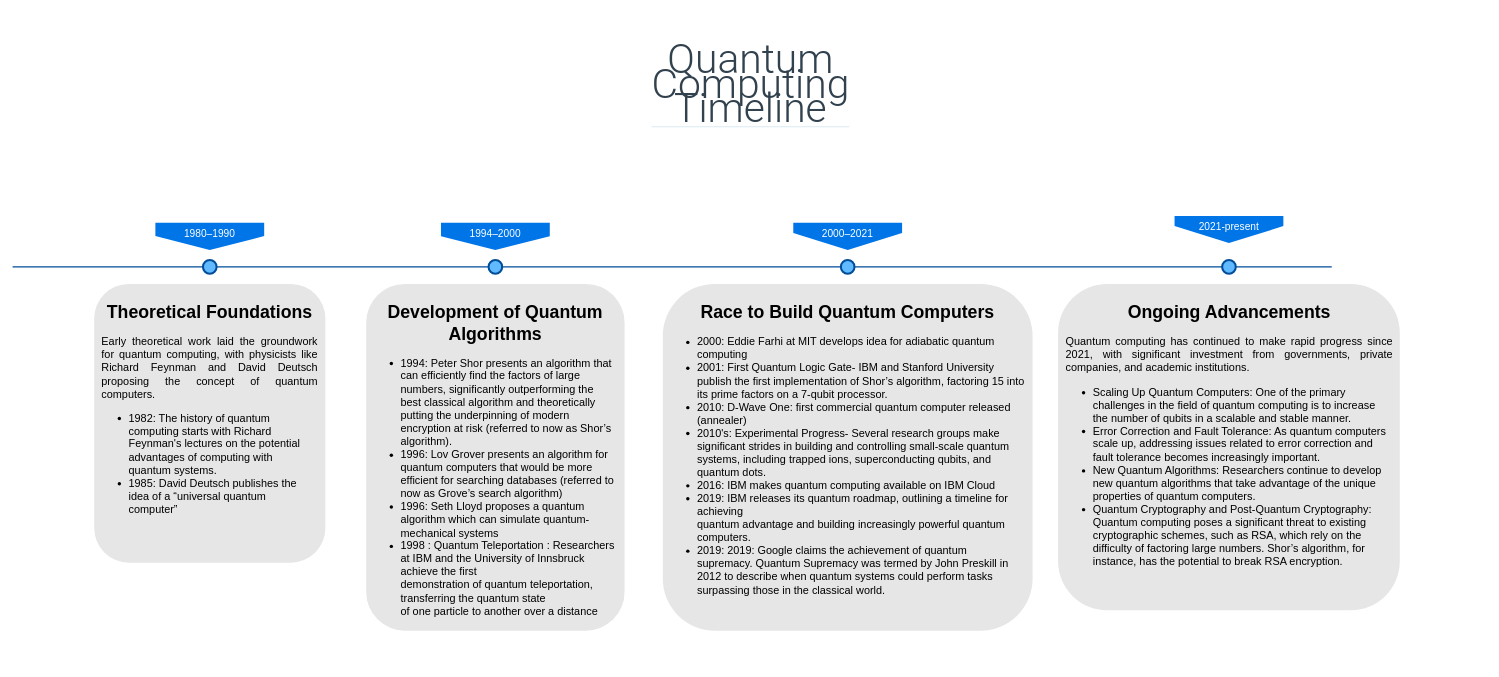
This is QCtimeline3.drawio from mimoneysh/DB_Design, a draw.io file, before an edit. Source tidied: cells renumbered, new cells numbered last; positions are measured from the earlier drawing's top-left corner, leaving out a move shared by most shapes. Both pictures are drawn from the tidied source at 68%, with x=0, y=0 at pixel (12, 12).
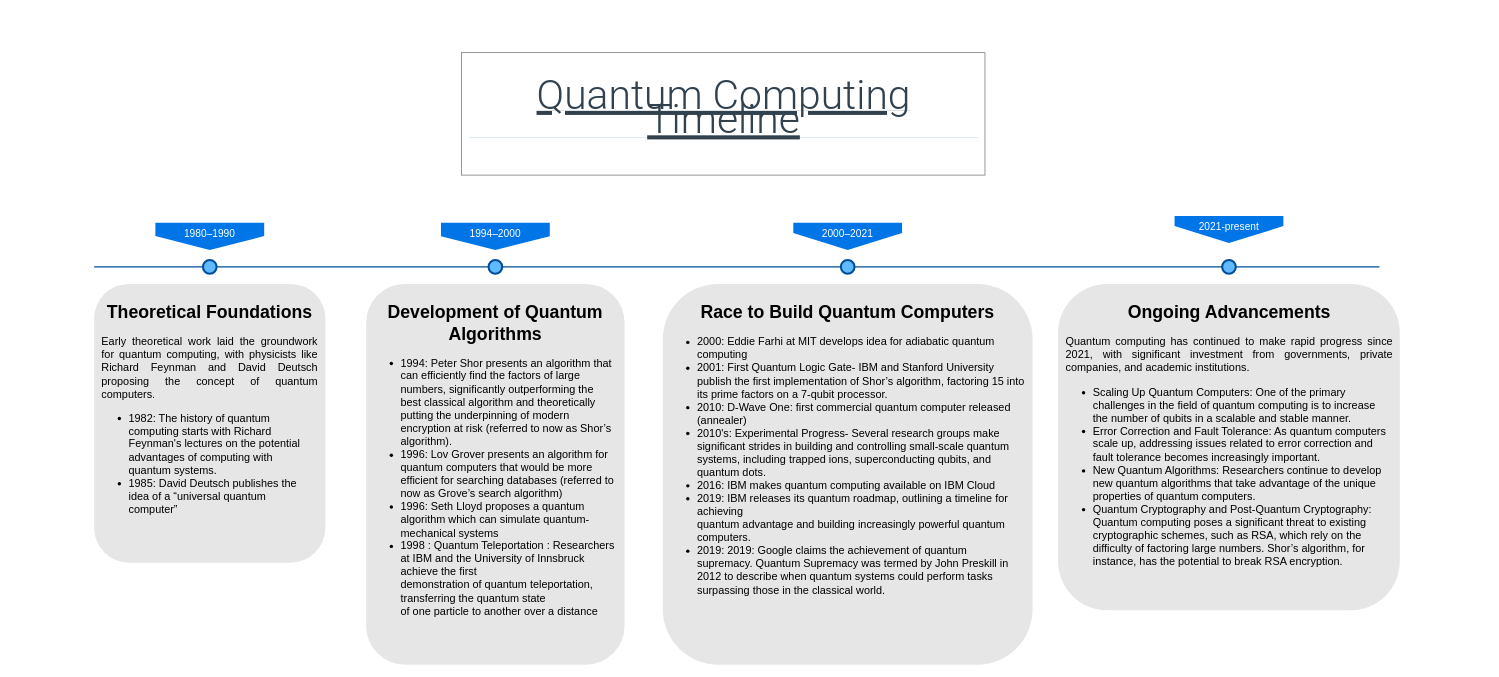
The same page after the edit.

Diff of the diagram source:
```diff
@@
 <mxGraphModel>
   <root>
     <mxCell id="0" />
     <mxCell id="1" parent="0" />
     <mxCell id="2" style="line;strokeWidth=2;html=1;fillColor=none;fontSize=28;fontColor=#004D99;strokeColor=#004D99;" parent="1" vertex="1">
-      <mxGeometry y="370" width="1940" height="10" as="geometry" />
+      <mxGeometry x="120" y="370" width="1890" height="10" as="geometry" />
     </mxCell>
     <mxCell id="3" style="ellipse;whiteSpace=wrap;html=1;fillColor=#61BAFF;fontSize=28;fontColor=#004D99;strokeWidth=3;strokeColor=#004D99;" parent="1" vertex="1">
       <mxGeometry x="280" y="365" width="20" height="20" as="geometry" />
     </mxCell>
     <mxCell id="4" value="&lt;h1&gt;Theoretical Foundations&lt;/h1&gt;&lt;p style=&quot;font-size: 16px;&quot; align=&quot;justify&quot;&gt;&lt;font style=&quot;font-size: 16px;&quot;&gt;Early theoretical work laid the groundwork for quantum computing, with physicists like Richard Feynman and David Deutsch proposing the concept of quantum computers.&lt;/font&gt;&lt;/p&gt;&lt;div style=&quot;font-size: 16px;&quot; align=&quot;left&quot;&gt;&lt;ul&gt;&lt;li&gt;&lt;font style=&quot;font-size: 16px;&quot;&gt;1982: The history of quantum computing starts with Richard Feynman's lectures on the potential advantages of computing with quantum systems. &lt;br&gt;&lt;/font&gt;&lt;/li&gt;&lt;li&gt;&lt;font style=&quot;font-size: 16px;&quot;&gt;1985: David Deutsch publishes the idea of a “universal quantum computer”&lt;/font&gt;&lt;br&gt;&lt;br&gt;&lt;/li&gt;&lt;/ul&gt;&lt;/div&gt;" style="text;html=1;spacing=5;spacingTop=0;whiteSpace=wrap;overflow=hidden;strokeColor=none;strokeWidth=3;fillColor=#E6E6E6;fontSize=13;fontColor=#000000;align=center;rounded=1;verticalAlign=top;spacingRight=7;spacingLeft=7;" parent="1" vertex="1">
       <mxGeometry x="120" y="400" width="340" height="410" as="geometry" />
     </mxCell>
     <mxCell id="5" style="ellipse;whiteSpace=wrap;html=1;fillColor=#61BAFF;fontSize=28;fontColor=#004D99;strokeWidth=3;strokeColor=#004D99;" parent="1" vertex="1">
       <mxGeometry x="700" y="365" width="20" height="20" as="geometry" />
     </mxCell>
     <mxCell id="6" value="&lt;span&gt;1994–2000&lt;br&gt;&lt;/span&gt;" style="shape=offPageConnector;whiteSpace=wrap;html=1;fillColor=#0075E8;fontSize=15;fontColor=#FFFFFF;size=0.5;verticalAlign=top;strokeColor=none;" parent="1" vertex="1">
       <mxGeometry x="630" y="310" width="160" height="40" as="geometry" />
     </mxCell>
     <mxCell id="7" value="&lt;h1&gt;Development of Quantum Algorithms&lt;/h1&gt;&lt;div align=&quot;left&quot; style=&quot;font-size: 16px;&quot;&gt;&lt;ul&gt;&lt;li&gt;1994: Peter Shor presents an algorithm that can efficiently find the factors of large numbers, significantly outperforming the best classical algorithm and theoretically putting the underpinning of modern encryption at risk (referred to now as Shor’s algorithm).&lt;/li&gt;&lt;li&gt;1996: Lov Grover presents an algorithm for quantum computers that would be more efficient for searching databases (referred to now as Grove’s search algorithm)&lt;/li&gt;&lt;li&gt;1996: Seth Lloyd proposes a quantum algorithm which can simulate quantum-mechanical systems&lt;/li&gt;&lt;li&gt;1998 : Quantum Teleportation : Researchers at IBM and the University of Innsbruck achieve the first &lt;br&gt;demonstration of quantum teleportation, transferring the quantum state &lt;br&gt;of one particle to another over a distance&lt;/li&gt;&lt;/ul&gt;&lt;/div&gt;" style="text;html=1;spacing=5;spacingTop=0;overflow=hidden;strokeColor=none;strokeWidth=3;fillColor=#E6E6E6;fontSize=13;fontColor=#000000;align=center;rounded=1;verticalAlign=top;whiteSpace=wrap;spacingLeft=7;spacingRight=7;" parent="1" vertex="1">
-      <mxGeometry x="520" y="400" width="380" height="510" as="geometry" />
+      <mxGeometry x="520" y="400" width="380" height="560" as="geometry" />
     </mxCell>
     <mxCell id="8" style="ellipse;whiteSpace=wrap;html=1;fillColor=#61BAFF;fontSize=28;fontColor=#004D99;strokeWidth=3;strokeColor=#004D99;" parent="1" vertex="1">
       <mxGeometry x="1778.8" y="365" width="20" height="20" as="geometry" />
     </mxCell>
     <mxCell id="9" value="&lt;span&gt;2021-present&lt;br&gt;&lt;/span&gt;" style="shape=offPageConnector;whiteSpace=wrap;html=1;fillColor=#0075E8;fontSize=15;fontColor=#FFFFFF;size=0.625;verticalAlign=top;strokeColor=none;" parent="1" vertex="1">
       <mxGeometry x="1708.8" y="300" width="160" height="40" as="geometry" />
     </mxCell>
     <mxCell id="10" value="&lt;h1&gt;Ongoing Advancements&lt;/h1&gt;&lt;p style=&quot;font-size: 16px;&quot; align=&quot;justify&quot;&gt;&lt;font style=&quot;font-size: 16px;&quot;&gt;Quantum computing has continued to make rapid progress since 2021, with significant investment from governments, private companies, and academic institutions.&lt;/font&gt;&lt;/p&gt;&lt;div style=&quot;font-size: 16px;&quot; align=&quot;left&quot;&gt;&lt;ul&gt;&lt;li&gt;&lt;font style=&quot;font-size: 16px;&quot;&gt;Scaling Up Quantum Computers: One of the primary challenges in the field of quantum computing is to increase the number of qubits in a scalable and stable manner.&lt;/font&gt;&lt;/li&gt;&lt;li&gt;&lt;font style=&quot;font-size: 16px;&quot;&gt;Error Correction and Fault Tolerance: As quantum computers scale up, addressing issues related to error correction and fault tolerance becomes increasingly important.&lt;br&gt;&lt;/font&gt;&lt;/li&gt;&lt;li&gt;&lt;font style=&quot;font-size: 16px;&quot;&gt;New Quantum Algorithms: Researchers continue to develop new quantum algorithms that take advantage of the unique properties of quantum computers.&lt;/font&gt;&lt;/li&gt;&lt;li&gt;&lt;font style=&quot;font-size: 16px;&quot;&gt;Quantum Cryptography and Post-Quantum Cryptography: Quantum computing poses a significant threat to existing cryptographic schemes, such as RSA, which rely on the difficulty of factoring large numbers. Shor’s algorithm, for instance, has the potential to break RSA encryption.&lt;/font&gt;&lt;br&gt;&lt;/li&gt;&lt;/ul&gt;&lt;/div&gt;&lt;div align=&quot;justify&quot;&gt;&lt;br&gt;&lt;/div&gt;&lt;p align=&quot;left&quot;&gt;&lt;br&gt;&lt;/p&gt;" style="text;html=1;spacing=5;spacingTop=0;whiteSpace=wrap;overflow=hidden;strokeColor=none;strokeWidth=3;fillColor=#E6E6E6;fontSize=13;fontColor=#000000;align=center;rounded=1;spacingLeft=7;spacingRight=7;" parent="1" vertex="1">
       <mxGeometry x="1537.5" y="400" width="502.5" height="480" as="geometry" />
     </mxCell>
     <mxCell id="11" value="1980–1990" style="shape=offPageConnector;whiteSpace=wrap;html=1;fillColor=#0075E8;fontSize=15;fontColor=#FFFFFF;size=0.5093750000000015;verticalAlign=top;strokeColor=none;" parent="1" vertex="1">
       <mxGeometry x="210" y="310" width="160" height="40" as="geometry" />
     </mxCell>
     <mxCell id="12" value="&lt;span&gt;2000–2021&lt;br&gt;&lt;/span&gt;" style="shape=offPageConnector;whiteSpace=wrap;html=1;fillColor=#0075E8;fontSize=15;fontColor=#FFFFFF;size=0.625;verticalAlign=top;strokeColor=none;" parent="1" vertex="1">
       <mxGeometry x="1148.1" y="310" width="160" height="40" as="geometry" />
     </mxCell>
     <mxCell id="13" style="ellipse;whiteSpace=wrap;html=1;fillColor=#61BAFF;fontSize=28;fontColor=#004D99;strokeWidth=3;strokeColor=#004D99;" parent="1" vertex="1">
       <mxGeometry x="1218.1" y="365" width="20" height="20" as="geometry" />
     </mxCell>
     <mxCell id="14" value="&lt;h1&gt;Race to Build Quantum Computers&lt;/h1&gt;&lt;div style=&quot;font-size: 16px;&quot; align=&quot;left&quot;&gt;&lt;ul&gt;&lt;li&gt;2000: Eddie Farhi at MIT develops idea for adiabatic quantum computing&lt;/li&gt;&lt;li&gt;2001: First Quantum Logic Gate- IBM and Stanford University publish the first implementation of Shor’s algorithm, factoring 15 into its prime factors on a 7-qubit processor.&lt;/li&gt;&lt;li&gt;2010: D-Wave One: first commercial quantum computer released (annealer)&lt;/li&gt;&lt;li&gt;2010's: Experimental Progress- Several research groups make significant strides in building and controlling small-scale quantum systems, including trapped ions, superconducting qubits, and quantum dots.&lt;/li&gt;&lt;li&gt;2016:&amp;nbsp;IBM makes quantum computing available on IBM Cloud&lt;/li&gt;&lt;li&gt;2019: IBM releases its quantum roadmap, outlining a timeline for achieving &lt;br&gt;quantum advantage and building increasingly powerful quantum computers.&lt;/li&gt;&lt;li&gt;2019: 2019: Google claims the achievement of quantum supremacy. Quantum Supremacy was termed by John Preskill in 2012 to describe when quantum systems could perform tasks surpassing those in the classical world.&lt;br&gt;&lt;/li&gt;&lt;/ul&gt;&lt;/div&gt;" style="text;html=1;spacing=5;spacingTop=0;whiteSpace=wrap;overflow=hidden;strokeColor=none;strokeWidth=3;fillColor=#E6E6E6;fontSize=13;fontColor=#000000;align=center;rounded=1;spacingLeft=7;spacingRight=7;" parent="1" vertex="1">
-      <mxGeometry x="956.2" y="400" width="543.8" height="510" as="geometry" />
+      <mxGeometry x="956.2" y="400" width="543.8" height="560" as="geometry" />
     </mxCell>
-    <mxCell id="15" value="&lt;h2 align=&quot;center&quot; style=&quot;box-sizing: border-box; margin-block: 0.5rem 1rem; font-family: Roboto; font-weight: 300; line-height: 36px; color: rgb(49, 65, 78); font-size: 60px; font-style: normal; border-bottom: 1px solid rgb(204, 224, 235); padding-bottom: 8px; font-variant-ligatures: normal; font-variant-caps: normal; letter-spacing: normal; text-indent: 0px; text-transform: none; word-spacing: 0px; -webkit-text-stroke-width: 0px; white-space: normal; background-color: rgb(255, 255, 255); text-decoration-thickness: initial; text-decoration-style: initial; text-decoration-color: initial;&quot;&gt;&lt;span style=&quot;box-sizing: border-box;&quot; data-sheets-userformat=&quot;{&amp;quot;2&amp;quot;:1391555,&amp;quot;3&amp;quot;:{&amp;quot;1&amp;quot;:0},&amp;quot;4&amp;quot;:{&amp;quot;1&amp;quot;:2,&amp;quot;2&amp;quot;:11982760},&amp;quot;9&amp;quot;:0,&amp;quot;10&amp;quot;:1,&amp;quot;11&amp;quot;:4,&amp;quot;12&amp;quot;:0,&amp;quot;14&amp;quot;:{&amp;quot;1&amp;quot;:2,&amp;quot;2&amp;quot;:0},&amp;quot;15&amp;quot;:&amp;quot;Calibri&amp;quot;,&amp;quot;16&amp;quot;:12,&amp;quot;19&amp;quot;:0,&amp;quot;21&amp;quot;:0,&amp;quot;23&amp;quot;:1}&quot;&gt;Quantum Computing Timeline&lt;/span&gt;&lt;/h2&gt;" style="text;strokeColor=none;fillColor=none;html=1;fontSize=24;fontStyle=1;verticalAlign=middle;align=center;" parent="1" vertex="1">
-      <mxGeometry width="2170" height="230" as="geometry" />
+    <mxCell id="15" value="&lt;h2 align=&quot;center&quot; style=&quot;box-sizing: border-box; margin-block: 0.5rem 1rem; font-family: Roboto; font-weight: 300; line-height: 36px; color: rgb(49, 65, 78); font-size: 60px; font-style: normal; border-bottom: 1px solid rgb(204, 224, 235); padding-bottom: 8px; font-variant-ligatures: normal; font-variant-caps: normal; letter-spacing: normal; text-indent: 0px; text-transform: none; word-spacing: 0px; -webkit-text-stroke-width: 0px; white-space: normal; background-color: rgb(255, 255, 255); text-decoration-thickness: initial; text-decoration-style: initial; text-decoration-color: initial;&quot;&gt;&lt;span style=&quot;box-sizing: border-box;&quot; data-sheets-userformat=&quot;{&amp;quot;2&amp;quot;:1391555,&amp;quot;3&amp;quot;:{&amp;quot;1&amp;quot;:0},&amp;quot;4&amp;quot;:{&amp;quot;1&amp;quot;:2,&amp;quot;2&amp;quot;:11982760},&amp;quot;9&amp;quot;:0,&amp;quot;10&amp;quot;:1,&amp;quot;11&amp;quot;:4,&amp;quot;12&amp;quot;:0,&amp;quot;14&amp;quot;:{&amp;quot;1&amp;quot;:2,&amp;quot;2&amp;quot;:0},&amp;quot;15&amp;quot;:&amp;quot;Calibri&amp;quot;,&amp;quot;16&amp;quot;:12,&amp;quot;19&amp;quot;:0,&amp;quot;21&amp;quot;:0,&amp;quot;23&amp;quot;:1}&quot;&gt;&lt;u&gt;Quantum Computing Timeline&lt;/u&gt;&lt;/span&gt;&lt;/h2&gt;" style="strokeWidth=1;shadow=0;dashed=0;align=center;html=1;shape=mxgraph.mockup.text.textBox;fontColor=#666666;align=left;fontSize=17;spacingLeft=10;spacingTop=-3;whiteSpace=wrap;strokeColor=#666666;mainText=;spacingRight=10;" parent="1" vertex="1">
+      <mxGeometry x="660" y="60" width="770" height="180" as="geometry" />
     </mxCell>
   </root>
 </mxGraphModel>
```
